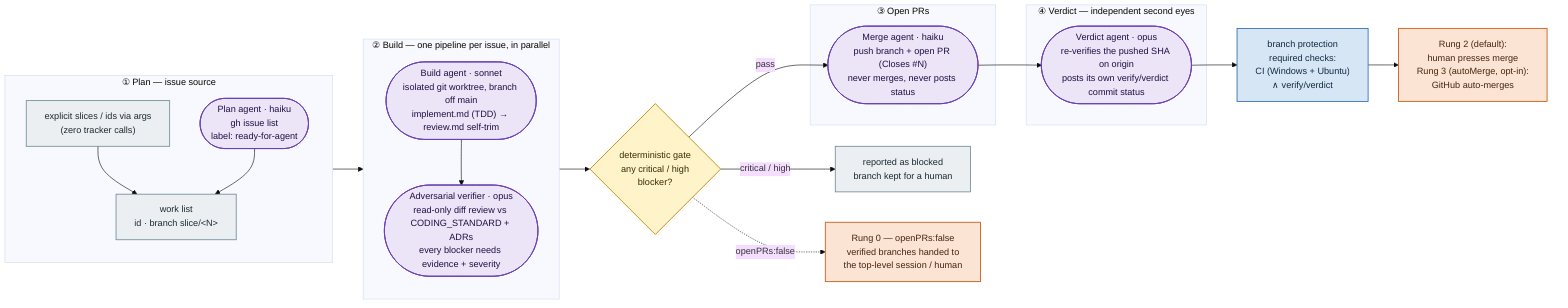
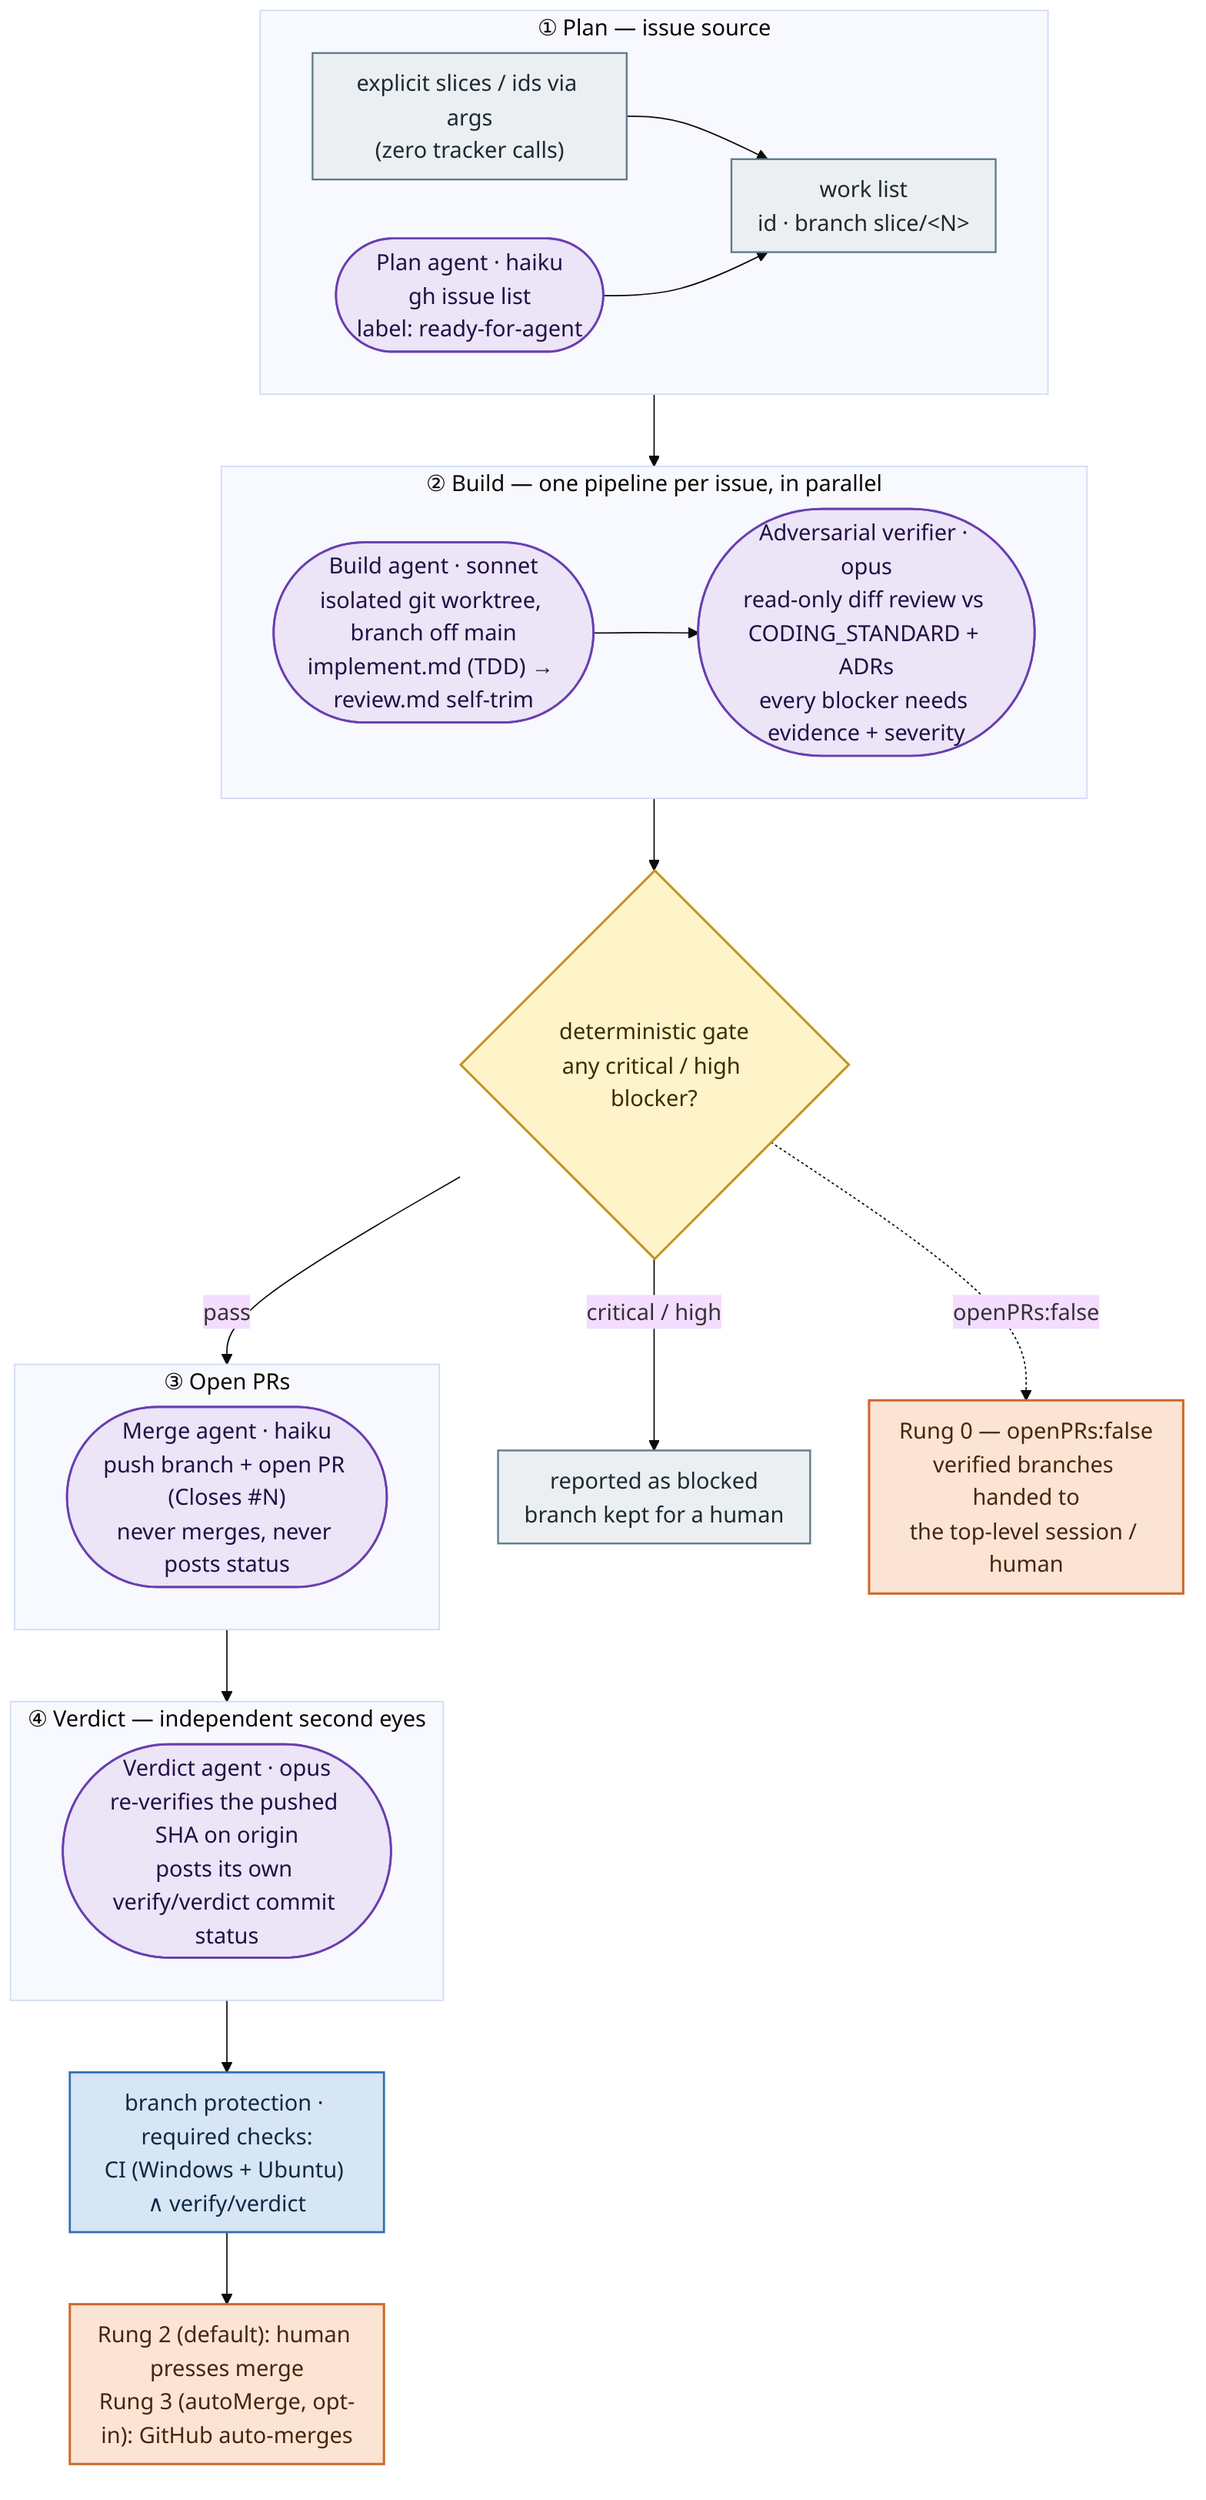
- %%{init: {"theme":"base","themeVariables":{"fontfamily":"Segoe UI, Helvetica, Arial","fontSize":"15px"}}}%%
- flowchart LR
-     classDef agent fill:#ece4f7,stroke:#6a3fb0,stroke-width:1.4px,color:#211043;
-     classDef det fill:#eceff1,stroke:#5f7d8c,stroke-width:1.2px,color:#1c2a33;
-     classDef gate fill:#fff3c9,stroke:#c4941a,stroke-width:1.6px,color:#3a2c05;
-     classDef human fill:#fbe4d4,stroke:#cf6a2c,stroke-width:1.6px,color:#46260f;
-     classDef github fill:#d7e6f5,stroke:#2f6fb0,stroke-width:1.4px,color:#0f2a44;
+ %%{init: {"theme":"base","themeVariables":{"fontFamily":"Segoe UI, Helvetica, Arial","fontSize":"17px"},"flowchart":{"nodeSpacing":45,"rankSpacing":55,"padding":10}}}%%
+ flowchart TB
+     classDef agent fill:#ece4f7,stroke:#6a3fb0,stroke-width:1.6px,color:#211043;
+     classDef det fill:#eceff1,stroke:#5f7d8c,stroke-width:1.4px,color:#1c2a33;
+     classDef gate fill:#fff3c9,stroke:#c4941a,stroke-width:1.8px,color:#3a2c05;
+     classDef human fill:#fbe4d4,stroke:#cf6a2c,stroke-width:1.8px,color:#46260f;
+     classDef github fill:#d7e6f5,stroke:#2f6fb0,stroke-width:1.6px,color:#0f2a44;

    subgraph P1 ["① Plan — issue source"]
-         direction TB
+         direction LR
        ARGS["explicit slices / ids via args<br/>(zero tracker calls)"]:::det
        PA(["Plan agent · haiku<br/>gh issue list<br/>label: ready-for-agent"]):::agent
        TODO["work list<br/>id · branch slice/&lt;N&gt;"]:::det
        ARGS --> TODO
        PA --> TODO
    end

    subgraph P2 ["② Build — one pipeline per issue, in parallel"]
-         direction TB
+         direction LR
        BA(["Build agent · sonnet<br/>isolated git worktree, branch off main<br/>implement.md (TDD) → review.md self-trim"]):::agent
        VA(["Adversarial verifier · opus<br/>read-only diff review vs CODING_STANDARD + ADRs<br/>every blocker needs evidence + severity"]):::agent
        BA --> VA
    end

-     GATE{"deterministic gate<br/>any critical / high<br/>blocker?"}:::gate
+     GATE{"deterministic gate<br/>any critical / high blocker?"}:::gate
    BLOCKED["reported as blocked<br/>branch kept for a human"]:::det
    R0["Rung 0 — openPRs:false<br/>verified branches handed to<br/>the top-level session / human"]:::human

    subgraph P3 ["③ Open PRs"]
        MA(["Merge agent · haiku<br/>push branch + open PR (Closes #N)<br/>never merges, never posts status"]):::agent
    end

    subgraph P4 ["④ Verdict — independent second eyes"]
        VD(["Verdict agent · opus<br/>re-verifies the pushed SHA on origin<br/>posts its own verify/verdict commit status"]):::agent
    end

-     BP["branch protection<br/>required checks:<br/>CI (Windows + Ubuntu)<br/>∧ verify/verdict"]:::github
-     HM["Rung 2 (default):<br/>human presses merge<br/>Rung 3 (autoMerge, opt-in):<br/>GitHub auto-merges"]:::human
+     BP["branch protection · required checks:<br/>CI (Windows + Ubuntu) ∧ verify/verdict"]:::github
+     HM["Rung 2 (default): human presses merge<br/>Rung 3 (autoMerge, opt-in): GitHub auto-merges"]:::human

-     TODO --> BA
+     P1 --> P2
    VA --> GATE
    GATE -- "critical / high" --> BLOCKED
-     GATE -- "pass" --> MA
+     GATE -- "pass" --> P3
    GATE -. "openPRs:false" .-> R0
-     MA --> VD
-     VD --> BP
+     P3 --> P4
+     P4 --> BP
    BP --> HM
